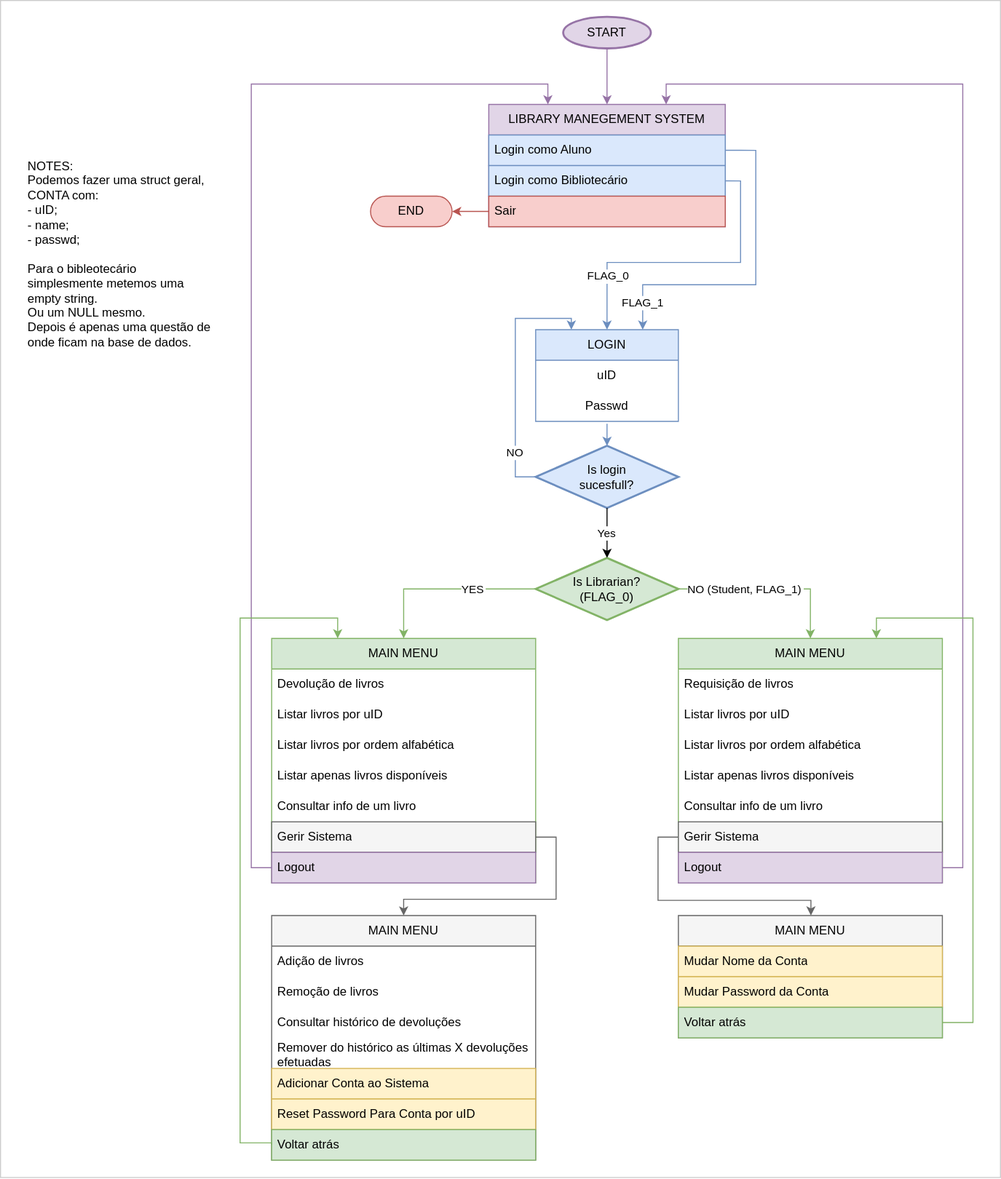
Before: PROJETO_PRÁTICO/00_PLANEAMENTO/flowchart_menus.svg, a diagram exported from draw.io (PdvSobral/curricular_unit_P1). Source tidied: cells renumbered, new cells last; positions are measured from the earlier drawing's top-left corner, leaving out a move shared by most shapes.
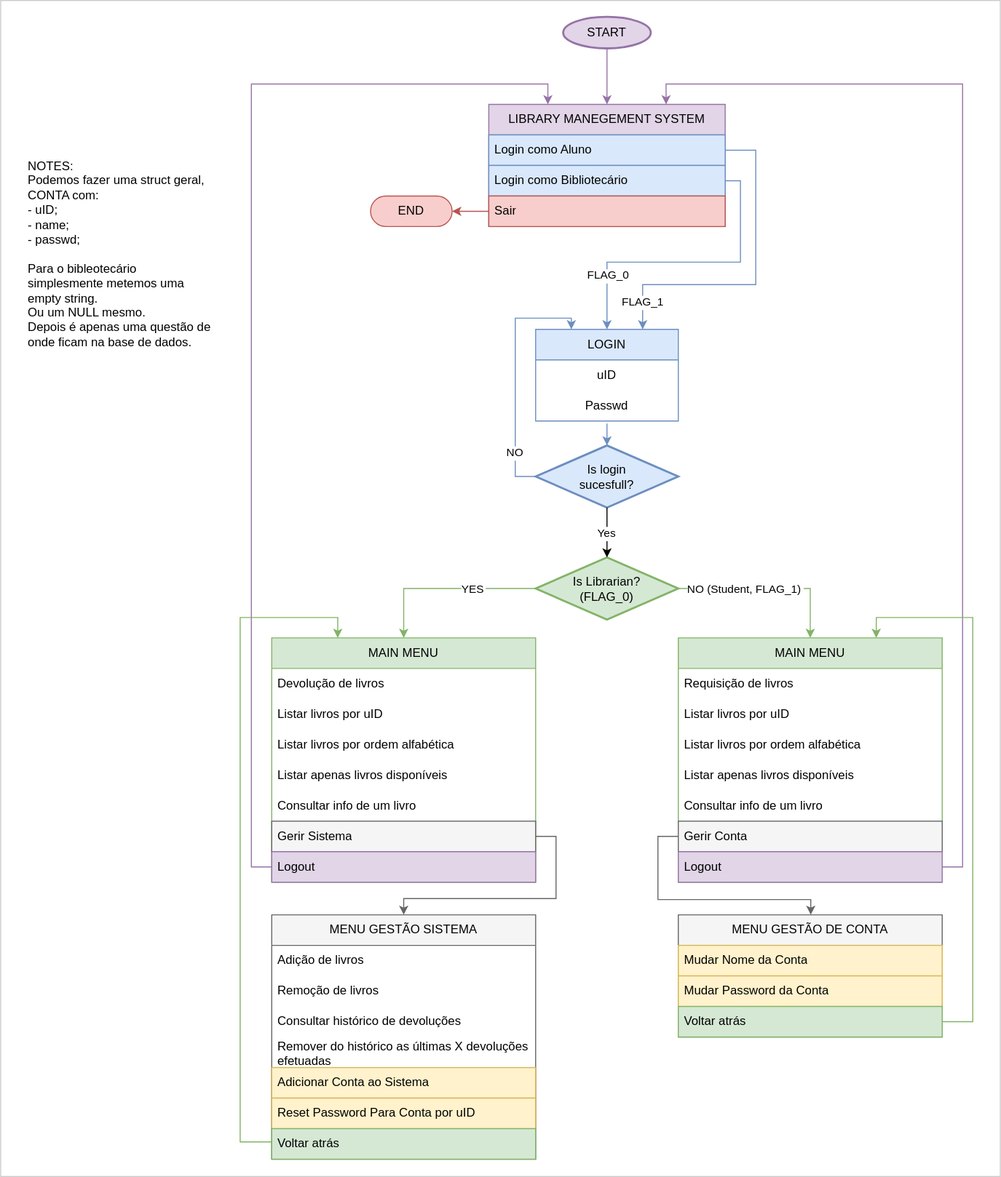
The same diagram one commit later.

Commit message:
Made the flow in the programm and tweaked the flow.

Diff of the diagram source:
```diff
@@ -47,7 +47,7 @@
     <mxCell id="16" value="Consultar info de um livro" style="text;strokeColor=none;fillColor=none;align=left;verticalAlign=middle;spacingLeft=4;spacingRight=4;overflow=hidden;whiteSpace=wrap;fontColor=#000000;" parent="11" vertex="1">
       <mxGeometry y="150" width="259" height="30" as="geometry" />
     </mxCell>
-    <mxCell id="17" value="Gerir Sistema" style="text;strokeColor=#666666;fillColor=#f5f5f5;align=left;verticalAlign=middle;spacingLeft=4;spacingRight=4;overflow=hidden;points=[[0,0.5],[1,0.5]];portConstraint=eastwest;whiteSpace=wrap;fontColor=#000000;" parent="11" vertex="1">
+    <mxCell id="17" value="Gerir Conta" style="text;strokeColor=#666666;fillColor=#f5f5f5;align=left;verticalAlign=middle;spacingLeft=4;spacingRight=4;overflow=hidden;points=[[0,0.5],[1,0.5]];portConstraint=eastwest;whiteSpace=wrap;fontColor=#000000;" parent="11" vertex="1">
       <mxGeometry y="180" width="259" height="30" as="geometry" />
     </mxCell>
     <mxCell id="18" value="Logout" style="text;strokeColor=#9673a6;fillColor=#e1d5e7;align=left;verticalAlign=middle;spacingLeft=4;spacingRight=4;overflow=hidden;points=[[0,0.5],[1,0.5]];portConstraint=eastwest;whiteSpace=wrap;fontColor=#000000;" parent="11" vertex="1">
@@ -104,7 +104,7 @@
     <mxCell id="31" style="edgeStyle=orthogonalEdgeStyle;rounded=0;jettySize=auto;exitX=0;exitY=0.5;exitDx=0;exitDy=0;entryX=0.25;entryY=0;entryDx=0;entryDy=0;fillColor=#e1d5e7;strokeColor=#9673a6;fontColor=#000000;" parent="1" edge="1" source="10" target="48">
       <mxGeometry relative="1" as="geometry" />
     </mxCell>
-    <mxCell id="32" value="MAIN MENU" style="swimlane;fontStyle=0;horizontal=1;startSize=30;whiteSpace=wrap;fillColor=#f5f5f5;fontColor=#000000;strokeColor=#666666;" parent="1" vertex="1">
+    <mxCell id="32" value="MENU GESTÃO SISTEMA" style="swimlane;fontStyle=0;horizontal=1;startSize=30;whiteSpace=wrap;fillColor=#f5f5f5;fontColor=#000000;strokeColor=#666666;" parent="1" vertex="1">
       <mxGeometry x="266" y="898" width="259" height="240" as="geometry" />
     </mxCell>
     <mxCell id="33" value="Adição de livros" style="text;strokeColor=none;fillColor=none;align=left;verticalAlign=middle;spacingLeft=4;spacingRight=4;overflow=hidden;whiteSpace=wrap;fontColor=#000000;" parent="32" vertex="1">
@@ -147,7 +147,7 @@
         </Array>
       </mxGeometry>
     </mxCell>
-    <mxCell id="42" value="MAIN MENU" style="swimlane;fontStyle=0;horizontal=1;startSize=30;whiteSpace=wrap;fillColor=#f5f5f5;fontColor=#000000;strokeColor=#666666;" parent="1" vertex="1">
+    <mxCell id="42" value="MENU GESTÃO DE CONTA" style="swimlane;fontStyle=0;horizontal=1;startSize=30;whiteSpace=wrap;fillColor=#f5f5f5;fontColor=#000000;strokeColor=#666666;" parent="1" vertex="1">
       <mxGeometry x="665" y="898" width="259" height="120" as="geometry" />
     </mxCell>
     <mxCell id="43" value="Mudar Nome da Conta" style="text;strokeColor=#d6b656;fillColor=#fff2cc;align=left;verticalAlign=middle;spacingLeft=4;spacingRight=4;overflow=hidden;whiteSpace=wrap;fontColor=#000000;" parent="42" vertex="1">
```
